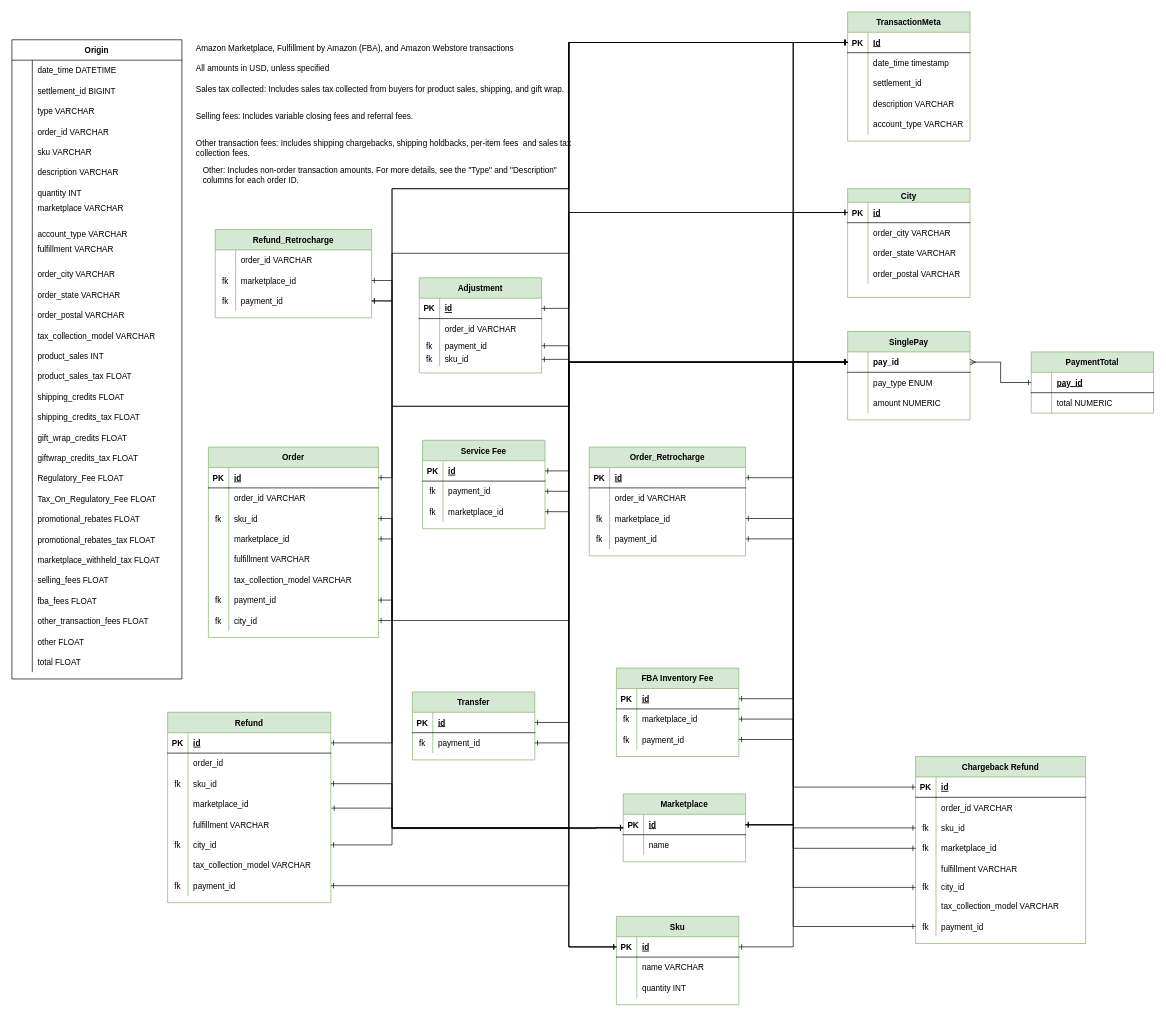
This is norm_maelys.drawio.xml from Urzhumtsev1/maelys, a draw.io file, before an edit. Source tidied: cells renumbered, new cells numbered last; positions are measured from the earlier drawing's top-left corner, leaving out a move shared by most shapes. Both pictures are drawn from the tidied source at 68%, with x=0, y=0 at pixel (12, 12).
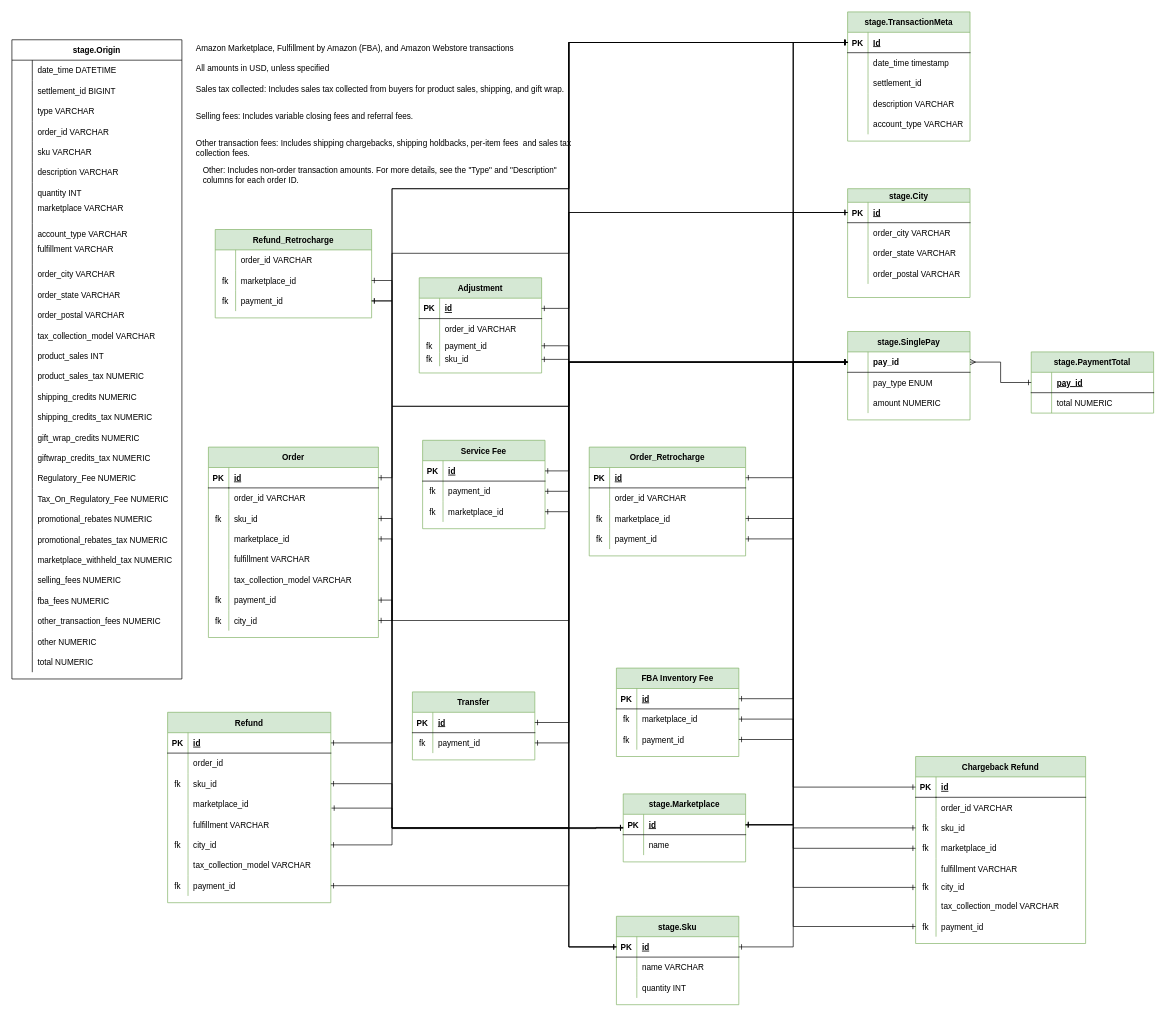
The same page after the edit.

Commit message (it also covers changes not shown here):
sku model

Unchanged cells that the change refers to:
```xml
<mxCell id="48" style="shape=partialRectangle;fillColor=none;top=0;left=0;right=0;bottom=0;" parent="2" vertex="1">
  <mxGeometry y="480" width="250" height="30" as="geometry" />
</mxCell>
<mxCell id="51" style="shape=partialRectangle;fillColor=none;top=0;left=0;right=0;bottom=0;" parent="2" vertex="1">
  <mxGeometry y="510" width="250" height="30" as="geometry" />
</mxCell>
<mxCell id="54" style="shape=partialRectangle;fillColor=none;top=0;left=0;right=0;bottom=0;" parent="2" vertex="1">
  <mxGeometry y="540" width="250" height="30" as="geometry" />
</mxCell>
<mxCell id="57" style="shape=partialRectangle;fillColor=none;top=0;left=0;right=0;bottom=0;" parent="2" vertex="1">
  <mxGeometry y="570" width="250" height="30" as="geometry" />
</mxCell>
<mxCell id="60" style="shape=partialRectangle;fillColor=none;top=0;left=0;right=0;bottom=0;" parent="2" vertex="1">
  <mxGeometry y="600" width="250" height="30" as="geometry" />
</mxCell>
<mxCell id="63" style="shape=partialRectangle;fillColor=none;top=0;left=0;right=0;bottom=0;" parent="2" vertex="1">
  <mxGeometry y="630" width="250" height="30" as="geometry" />
</mxCell>
<mxCell id="66" style="shape=partialRectangle;fillColor=none;top=0;left=0;right=0;bottom=0;" parent="2" vertex="1">
  <mxGeometry y="660" width="250" height="30" as="geometry" />
</mxCell>
<mxCell id="69" style="shape=partialRectangle;fillColor=none;top=0;left=0;right=0;bottom=0;" parent="2" vertex="1">
  <mxGeometry y="690" width="250" height="30" as="geometry" />
</mxCell>
<mxCell id="72" style="shape=partialRectangle;fillColor=none;top=0;left=0;right=0;bottom=0;" parent="2" vertex="1">
  <mxGeometry y="720" width="250" height="30" as="geometry" />
</mxCell>
<mxCell id="75" style="shape=partialRectangle;fillColor=none;top=0;left=0;right=0;bottom=0;" parent="2" vertex="1">
  <mxGeometry y="750" width="250" height="30" as="geometry" />
</mxCell>
<mxCell id="78" style="shape=partialRectangle;fillColor=none;top=0;left=0;right=0;bottom=0;" parent="2" vertex="1">
  <mxGeometry y="780" width="250" height="30" as="geometry" />
</mxCell>
<mxCell id="81" style="shape=partialRectangle;fillColor=none;top=0;left=0;right=0;bottom=0;" parent="2" vertex="1">
  <mxGeometry y="810" width="250" height="30" as="geometry" />
</mxCell>
<mxCell id="84" style="shape=partialRectangle;fillColor=none;top=0;left=0;right=0;bottom=0;" parent="2" vertex="1">
  <mxGeometry y="840" width="250" height="30" as="geometry" />
</mxCell>
<mxCell id="87" style="shape=partialRectangle;fillColor=none;top=0;left=0;right=0;bottom=0;" parent="2" vertex="1">
  <mxGeometry y="870" width="250" height="30" as="geometry" />
</mxCell>
<mxCell id="90" style="shape=partialRectangle;fillColor=none;top=0;left=0;right=0;bottom=0;" parent="2" vertex="1">
  <mxGeometry y="900" width="250" height="30" as="geometry" />
</mxCell>
```

What changed in the source:
```diff
@@
-    <mxCell id="2" value="Origin" style="shape=table;startSize=30;childLayout=tableLayout;rowLines=0;fontStyle=1;align=center;" parent="1" vertex="1">
+    <mxCell id="2" value="stage.Origin" style="shape=table;startSize=30;childLayout=tableLayout;rowLines=0;fontStyle=1;align=center;" parent="1" vertex="1">
       <mxGeometry y="41" width="250" height="940" as="geometry" />
     </mxCell>
@@
-    <mxCell id="50" value="product_sales_tax FLOAT " style="shape=partialRectangle;overflow=hidden;fillColor=none;top=0;left=0;bottom=0;right=0;align=left;spacingLeft=6;" parent="48" vertex="1">
+    <mxCell id="50" value="product_sales_tax NUMERIC " style="shape=partialRectangle;overflow=hidden;fillColor=none;top=0;left=0;bottom=0;right=0;align=left;spacingLeft=6;" parent="48" vertex="1">
       <mxGeometry x="30" width="220" height="30" as="geometry" />
     </mxCell>
@@
-    <mxCell id="53" value="shipping_credits FLOAT" style="shape=partialRectangle;overflow=hidden;fillColor=none;top=0;left=0;bottom=0;right=0;align=left;spacingLeft=6;" parent="51" vertex="1">
+    <mxCell id="53" value="shipping_credits NUMERIC" style="shape=partialRectangle;overflow=hidden;fillColor=none;top=0;left=0;bottom=0;right=0;align=left;spacingLeft=6;" parent="51" vertex="1">
       <mxGeometry x="30" width="220" height="30" as="geometry" />
     </mxCell>
@@
-    <mxCell id="56" value="shipping_credits_tax FLOAT" style="shape=partialRectangle;overflow=hidden;fillColor=none;top=0;left=0;bottom=0;right=0;align=left;spacingLeft=6;" parent="54" vertex="1">
+    <mxCell id="56" value="shipping_credits_tax NUMERIC" style="shape=partialRectangle;overflow=hidden;fillColor=none;top=0;left=0;bottom=0;right=0;align=left;spacingLeft=6;" parent="54" vertex="1">
       <mxGeometry x="30" width="220" height="30" as="geometry" />
     </mxCell>
@@
-    <mxCell id="59" value="gift_wrap_credits FLOAT" style="shape=partialRectangle;overflow=hidden;fillColor=none;top=0;left=0;bottom=0;right=0;align=left;spacingLeft=6;" parent="57" vertex="1">
+    <mxCell id="59" value="gift_wrap_credits NUMERIC" style="shape=partialRectangle;overflow=hidden;fillColor=none;top=0;left=0;bottom=0;right=0;align=left;spacingLeft=6;" parent="57" vertex="1">
       <mxGeometry x="30" width="220" height="30" as="geometry" />
     </mxCell>
@@
-    <mxCell id="62" value="giftwrap_credits_tax FLOAT   " style="shape=partialRectangle;overflow=hidden;fillColor=none;top=0;left=0;bottom=0;right=0;align=left;spacingLeft=6;" parent="60" vertex="1">
+    <mxCell id="62" value="giftwrap_credits_tax NUMERIC   " style="shape=partialRectangle;overflow=hidden;fillColor=none;top=0;left=0;bottom=0;right=0;align=left;spacingLeft=6;" parent="60" vertex="1">
       <mxGeometry x="30" width="220" height="30" as="geometry" />
     </mxCell>
@@
-    <mxCell id="65" value="Regulatory_Fee FLOAT" style="shape=partialRectangle;overflow=hidden;fillColor=none;top=0;left=0;bottom=0;right=0;align=left;spacingLeft=6;" parent="63" vertex="1">
+    <mxCell id="65" value="Regulatory_Fee NUMERIC" style="shape=partialRectangle;overflow=hidden;fillColor=none;top=0;left=0;bottom=0;right=0;align=left;spacingLeft=6;" parent="63" vertex="1">
       <mxGeometry x="30" width="220" height="30" as="geometry" />
     </mxCell>
@@
-    <mxCell id="68" value="Tax_On_Regulatory_Fee FLOAT" style="shape=partialRectangle;overflow=hidden;fillColor=none;top=0;left=0;bottom=0;right=0;align=left;spacingLeft=6;" parent="66" vertex="1">
+    <mxCell id="68" value="Tax_On_Regulatory_Fee NUMERIC" style="shape=partialRectangle;overflow=hidden;fillColor=none;top=0;left=0;bottom=0;right=0;align=left;spacingLeft=6;" parent="66" vertex="1">
       <mxGeometry x="30" width="220" height="30" as="geometry" />
     </mxCell>
@@
-    <mxCell id="71" value="promotional_rebates FLOAT    " style="shape=partialRectangle;overflow=hidden;fillColor=none;top=0;left=0;bottom=0;right=0;align=left;spacingLeft=6;" parent="69" vertex="1">
+    <mxCell id="71" value="promotional_rebates NUMERIC    " style="shape=partialRectangle;overflow=hidden;fillColor=none;top=0;left=0;bottom=0;right=0;align=left;spacingLeft=6;" parent="69" vertex="1">
       <mxGeometry x="30" width="220" height="30" as="geometry" />
     </mxCell>
@@
-    <mxCell id="74" value="promotional_rebates_tax FLOAT" style="shape=partialRectangle;overflow=hidden;fillColor=none;top=0;left=0;bottom=0;right=0;align=left;spacingLeft=6;" parent="72" vertex="1">
+    <mxCell id="74" value="promotional_rebates_tax NUMERIC" style="shape=partialRectangle;overflow=hidden;fillColor=none;top=0;left=0;bottom=0;right=0;align=left;spacingLeft=6;" parent="72" vertex="1">
       <mxGeometry x="30" width="220" height="30" as="geometry" />
     </mxCell>
@@
-    <mxCell id="77" value="marketplace_withheld_tax FLOAT" style="shape=partialRectangle;overflow=hidden;fillColor=none;top=0;left=0;bottom=0;right=0;align=left;spacingLeft=6;" parent="75" vertex="1">
+    <mxCell id="77" value="marketplace_withheld_tax NUMERIC" style="shape=partialRectangle;overflow=hidden;fillColor=none;top=0;left=0;bottom=0;right=0;align=left;spacingLeft=6;" parent="75" vertex="1">
       <mxGeometry x="30" width="220" height="30" as="geometry" />
     </mxCell>
@@
-    <mxCell id="80" value="selling_fees FLOAT" style="shape=partialRectangle;overflow=hidden;fillColor=none;top=0;left=0;bottom=0;right=0;align=left;spacingLeft=6;" parent="78" vertex="1">
+    <mxCell id="80" value="selling_fees NUMERIC" style="shape=partialRectangle;overflow=hidden;fillColor=none;top=0;left=0;bottom=0;right=0;align=left;spacingLeft=6;" parent="78" vertex="1">
       <mxGeometry x="30" width="220" height="30" as="geometry" />
     </mxCell>
@@
-    <mxCell id="83" value="fba_fees FLOAT" style="shape=partialRectangle;overflow=hidden;fillColor=none;top=0;left=0;bottom=0;right=0;align=left;spacingLeft=6;" parent="81" vertex="1">
+    <mxCell id="83" value="fba_fees NUMERIC" style="shape=partialRectangle;overflow=hidden;fillColor=none;top=0;left=0;bottom=0;right=0;align=left;spacingLeft=6;" parent="81" vertex="1">
       <mxGeometry x="30" width="220" height="30" as="geometry" />
     </mxCell>
@@
-    <mxCell id="86" value="other_transaction_fees FLOAT" style="shape=partialRectangle;overflow=hidden;fillColor=none;top=0;left=0;bottom=0;right=0;align=left;spacingLeft=6;" parent="84" vertex="1">
+    <mxCell id="86" value="other_transaction_fees NUMERIC" style="shape=partialRectangle;overflow=hidden;fillColor=none;top=0;left=0;bottom=0;right=0;align=left;spacingLeft=6;" parent="84" vertex="1">
       <mxGeometry x="30" width="220" height="30" as="geometry" />
     </mxCell>
@@
-    <mxCell id="89" value="other FLOAT" style="shape=partialRectangle;overflow=hidden;fillColor=none;top=0;left=0;bottom=0;right=0;align=left;spacingLeft=6;" parent="87" vertex="1">
+    <mxCell id="89" value="other NUMERIC" style="shape=partialRectangle;overflow=hidden;fillColor=none;top=0;left=0;bottom=0;right=0;align=left;spacingLeft=6;" parent="87" vertex="1">
       <mxGeometry x="30" width="220" height="30" as="geometry" />
     </mxCell>
@@
-    <mxCell id="92" value="total FLOAT" style="shape=partialRectangle;overflow=hidden;fillColor=none;top=0;left=0;bottom=0;right=0;align=left;spacingLeft=6;" parent="90" vertex="1">
+    <mxCell id="92" value="total NUMERIC" style="shape=partialRectangle;overflow=hidden;fillColor=none;top=0;left=0;bottom=0;right=0;align=left;spacingLeft=6;" parent="90" vertex="1">
       <mxGeometry x="30" width="220" height="30" as="geometry" />
     </mxCell>
@@
-    <mxCell id="99" value="City" style="shape=table;startSize=20;childLayout=tableLayout;rowLines=0;fontStyle=1;align=center;fillColor=#d5e8d4;strokeColor=#82b366;" parent="1" vertex="1">
+    <mxCell id="99" value="stage.City" style="shape=table;startSize=20;childLayout=tableLayout;rowLines=0;fontStyle=1;align=center;fillColor=#d5e8d4;strokeColor=#82b366;" parent="1" vertex="1">
       <mxGeometry x="1229" y="260" width="180" height="160" as="geometry" />
     </mxCell>
@@
-    <mxCell id="225" value="SinglePay" style="shape=table;startSize=30;childLayout=tableLayout;rowLines=0;fontStyle=1;align=center;strokeColor=#82b366;fillColor=#d5e8d4;" parent="1" vertex="1">
+    <mxCell id="225" value="stage.SinglePay" style="shape=table;startSize=30;childLayout=tableLayout;rowLines=0;fontStyle=1;align=center;strokeColor=#82b366;fillColor=#d5e8d4;" parent="1" vertex="1">
       <mxGeometry x="1229" y="470" width="180" height="130" as="geometry" />
     </mxCell>
@@
-    <mxCell id="236" value="PaymentTotal" style="shape=table;startSize=30;childLayout=tableLayout;rowLines=0;fontStyle=1;align=center;strokeColor=#82b366;fillColor=#d5e8d4;" parent="1" vertex="1">
+    <mxCell id="236" value="stage.PaymentTotal" style="shape=table;startSize=30;childLayout=tableLayout;rowLines=0;fontStyle=1;align=center;strokeColor=#82b366;fillColor=#d5e8d4;" parent="1" vertex="1">
       <mxGeometry x="1499" y="500" width="180" height="90" as="geometry" />
     </mxCell>
@@
-    <mxCell id="244" value="TransactionMeta" style="shape=table;startSize=30;childLayout=tableLayout;rowLines=0;fontStyle=1;align=center;strokeColor=#82b366;fillColor=#d5e8d4;" parent="1" vertex="1">
+    <mxCell id="244" value="stage.TransactionMeta" style="shape=table;startSize=30;childLayout=tableLayout;rowLines=0;fontStyle=1;align=center;strokeColor=#82b366;fillColor=#d5e8d4;" parent="1" vertex="1">
       <mxGeometry x="1229" width="180" height="190" as="geometry" />
     </mxCell>
@@
-    <mxCell id="305" value="Marketplace" style="shape=table;startSize=30;childLayout=tableLayout;rowLines=0;fontStyle=1;align=center;fillColor=#d5e8d4;strokeColor=#82b366;" parent="1" vertex="1">
+    <mxCell id="305" value="stage.Marketplace" style="shape=table;startSize=30;childLayout=tableLayout;rowLines=0;fontStyle=1;align=center;fillColor=#d5e8d4;strokeColor=#82b366;" parent="1" vertex="1">
       <mxGeometry x="899" y="1150" width="180" height="100" as="geometry" />
     </mxCell>
@@
-    <mxCell id="319" value="Sku" style="shape=table;startSize=30;childLayout=tableLayout;rowLines=0;fontStyle=1;align=center;fillColor=#d5e8d4;strokeColor=#82b366;" parent="1" vertex="1">
+    <mxCell id="319" value="stage.Sku" style="shape=table;startSize=30;childLayout=tableLayout;rowLines=0;fontStyle=1;align=center;fillColor=#d5e8d4;strokeColor=#82b366;" parent="1" vertex="1">
       <mxGeometry x="889" y="1330" width="180" height="130" as="geometry" />
     </mxCell>
```
